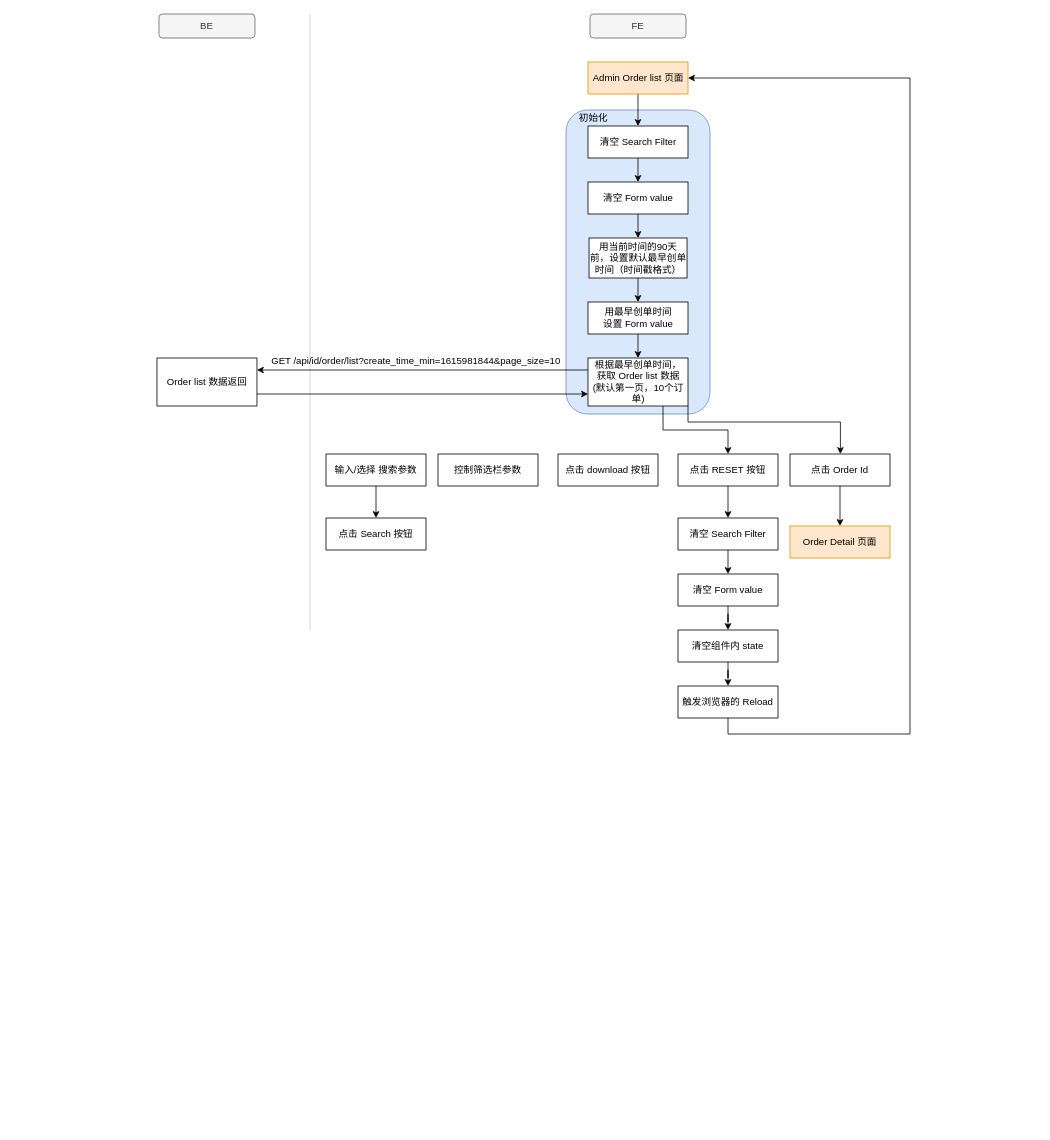
Earlier version of the draw.io diagram page "order" (1 of 2) of Admin/admin.drawio (junhong2021/Hotel-). Source tidied: cells renumbered, new cells numbered last; positions are measured from the earlier drawing's top-left corner, leaving out a move shared by most shapes. Both pictures are drawn from the tidied source at 80%, with x=0, y=0 at pixel (157, 14).
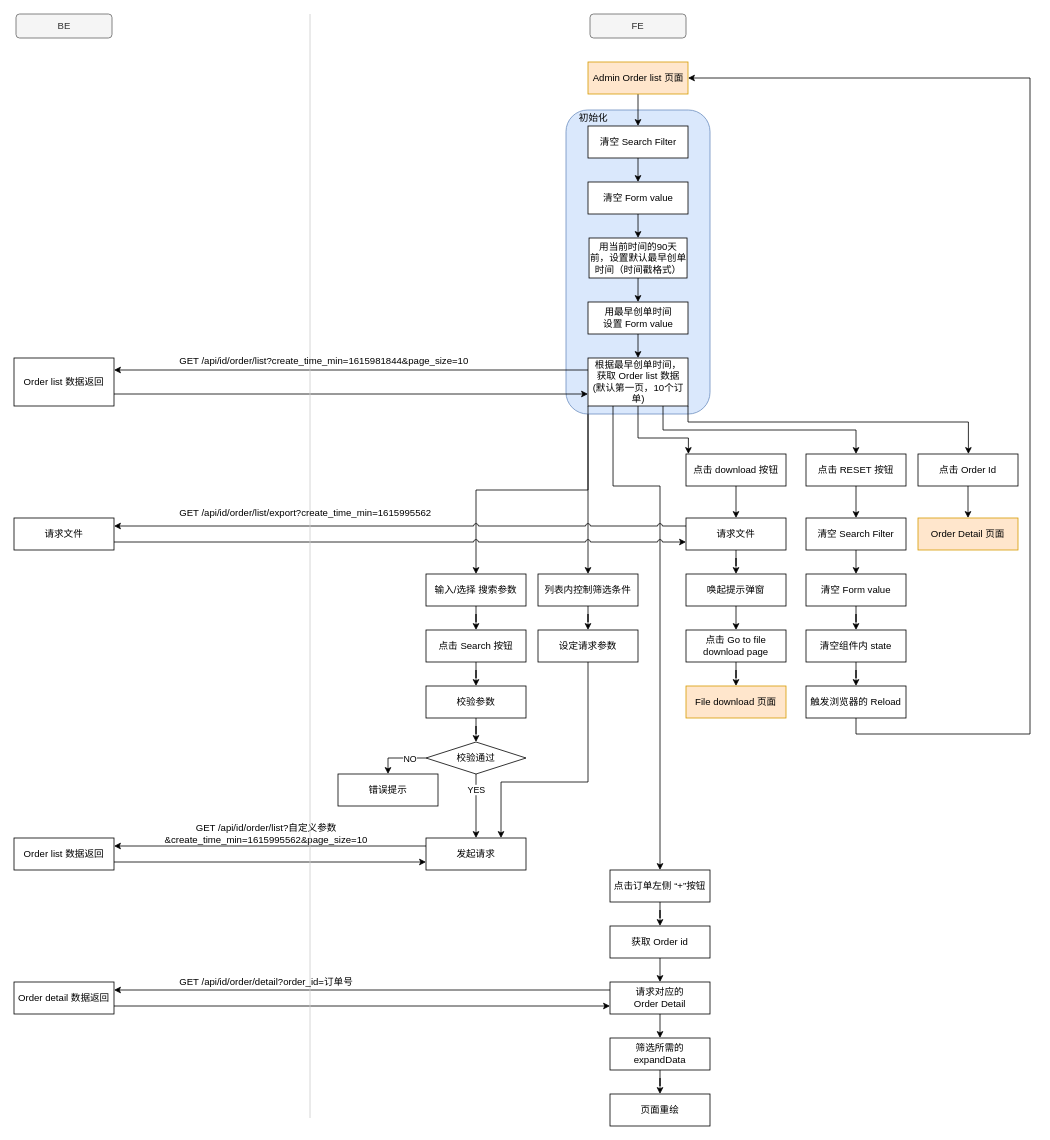
The same page after the edit.

The change refers to these unchanged cells:
```xml
<mxCell id="5" value="Admin Order list 页面" style="rounded=0;whiteSpace=wrap;html=1;fillColor=#ffe6cc;strokeColor=#d79b00;" parent="1" vertex="1">
  <mxGeometry x="538.5" y="60" width="125" height="40" as="geometry" />
</mxCell>
<mxCell id="19" value="根据最早创单时间，&lt;br&gt;获取 Order list 数据&lt;br&gt;(默认第一页，10个订单)" style="rounded=0;whiteSpace=wrap;html=1;" parent="1" vertex="1">
  <mxGeometry x="538.5" y="430" width="125" height="60" as="geometry" />
</mxCell>
```

What changed in the source:
```diff
@@
+    <mxCell id="42" style="edgeStyle=orthogonalEdgeStyle;rounded=0;jumpStyle=arc;jettySize=auto;html=1;exitX=1;exitY=0.75;exitDx=0;exitDy=0;entryX=0;entryY=0.75;entryDx=0;entryDy=0;" parent="1" edge="1" source="86" target="70">
+      <mxGeometry relative="1" as="geometry" />
+    </mxCell>
+    <mxCell id="43" style="edgeStyle=orthogonalEdgeStyle;rounded=0;jumpStyle=arc;jettySize=auto;html=1;exitX=0;exitY=0.25;exitDx=0;exitDy=0;entryX=1;entryY=0.25;entryDx=0;entryDy=0;" parent="1" edge="1" source="70" target="86">
+      <mxGeometry relative="1" as="geometry" />
+    </mxCell>
+    <mxCell id="44" style="edgeStyle=orthogonalEdgeStyle;rounded=0;jettySize=auto;html=1;exitX=0;exitY=1;exitDx=0;exitDy=0;entryX=0.5;entryY=0;entryDx=0;entryDy=0;jumpStyle=arc;" parent="1" edge="1" source="19" target="32">
+      <mxGeometry relative="1" as="geometry" />
+    </mxCell>
@@
-    <mxCell id="3" style="endArrow=none;html=1;strokeColor=#CCCCCC;startArrow=none;" parent="1" edge="1">
-      <mxGeometry relative="1" as="geometry">
-        <mxPoint x="191" y="770" as="sourcePoint" />
-        <mxPoint x="191" as="targetPoint" />
-      </mxGeometry>
-    </mxCell>
@@
     <mxCell id="6" value="BE" style="rounded=1;whiteSpace=wrap;html=1;fillColor=#f5f5f5;strokeColor=#666666;fontColor=#333333;" parent="1" vertex="1">
-      <mxGeometry x="2.2" width="120" height="30" as="geometry" />
+      <mxGeometry x="-176.5" width="120" height="30" as="geometry" />
     </mxCell>
@@
     <mxCell id="9" value="Order list 数据返回&lt;br&gt;" style="rounded=0;whiteSpace=wrap;html=1;" parent="1" vertex="1">
-      <mxGeometry x="-0.3" y="430" width="125" height="60" as="geometry" />
+      <mxGeometry x="-179" y="430" width="125" height="60" as="geometry" />
     </mxCell>
@@
+    <mxCell id="45" style="edgeStyle=orthogonalEdgeStyle;rounded=0;jettySize=auto;html=1;exitX=0.5;exitY=1;exitDx=0;exitDy=0;" parent="1" edge="1" source="19" target="29">
+      <mxGeometry relative="1" as="geometry">
+        <Array as="points">
+          <mxPoint x="601" y="530" />
+          <mxPoint x="664" y="530" />
+        </Array>
+      </mxGeometry>
+    </mxCell>
     <mxCell id="18" style="edgeStyle=orthogonalEdgeStyle;rounded=0;jettySize=auto;html=1;exitX=1;exitY=1;exitDx=0;exitDy=0;" parent="1" edge="1" source="19" target="31">
       <mxGeometry relative="1" as="geometry">
         <Array as="points">
           <mxPoint x="664" y="510" />
-          <mxPoint x="854" y="510" />
+          <mxPoint x="1014" y="510" />
         </Array>
       </mxGeometry>
     </mxCell>
+    <mxCell id="46" style="edgeStyle=orthogonalEdgeStyle;rounded=0;jettySize=auto;html=1;exitX=0;exitY=1;exitDx=0;exitDy=0;jumpStyle=arc;" parent="1" edge="1" source="19" target="25">
+      <mxGeometry relative="1" as="geometry" />
+    </mxCell>
+    <mxCell id="47" style="edgeStyle=orthogonalEdgeStyle;rounded=0;jumpStyle=arc;jettySize=auto;html=1;exitX=0.25;exitY=1;exitDx=0;exitDy=0;entryX=0.5;entryY=0;entryDx=0;entryDy=0;" parent="1" edge="1" source="19" target="66">
+      <mxGeometry relative="1" as="geometry">
+        <Array as="points">
+          <mxPoint x="570" y="590" />
+          <mxPoint x="629" y="590" />
+        </Array>
+      </mxGeometry>
+    </mxCell>
@@
-    <mxCell id="22" value="GET /api/id/order/list?create_time_min=1615981844&amp;amp;page_size=10" style="text;whiteSpace=wrap;html=1;" parent="1" vertex="1">
-      <mxGeometry x="141" y="420" width="370" height="30" as="geometry" />
-    </mxCell>
@@
     <mxCell id="25" value="输入/选择 搜索参数" style="rounded=0;whiteSpace=wrap;html=1;" parent="1" vertex="1">
-      <mxGeometry x="211" y="550" width="125" height="40" as="geometry" />
+      <mxGeometry x="336" y="700" width="125" height="40" as="geometry" />
     </mxCell>
+    <mxCell id="48" style="edgeStyle=orthogonalEdgeStyle;rounded=0;jettySize=auto;html=1;exitX=0.5;exitY=1;exitDx=0;exitDy=0;" parent="1" edge="1" source="26" target="50">
+      <mxGeometry relative="1" as="geometry" />
+    </mxCell>
     <mxCell id="26" value="点击 Search 按钮" style="rounded=0;whiteSpace=wrap;html=1;" parent="1" vertex="1">
-      <mxGeometry x="211" y="630" width="125" height="40" as="geometry" />
+      <mxGeometry x="336" y="770" width="125" height="40" as="geometry" />
     </mxCell>
+    <mxCell id="49" style="edgeStyle=orthogonalEdgeStyle;rounded=0;jettySize=auto;html=1;exitX=0.5;exitY=1;exitDx=0;exitDy=0;" parent="1" edge="1" source="50" target="79">
+      <mxGeometry relative="1" as="geometry" />
+    </mxCell>
+    <mxCell id="50" value="校验参数" style="rounded=0;whiteSpace=wrap;html=1;" parent="1" vertex="1">
+      <mxGeometry x="336" y="840" width="125" height="40" as="geometry" />
+    </mxCell>
+    <mxCell id="51" style="edgeStyle=orthogonalEdgeStyle;rounded=0;jettySize=auto;html=1;exitX=0;exitY=0.25;exitDx=0;exitDy=0;entryX=1;entryY=0.25;entryDx=0;entryDy=0;" parent="1" edge="1" source="52" target="81">
+      <mxGeometry relative="1" as="geometry" />
+    </mxCell>
+    <mxCell id="52" value="发起请求" style="rounded=0;whiteSpace=wrap;html=1;" parent="1" vertex="1">
+      <mxGeometry x="336" y="1030" width="125" height="40" as="geometry" />
+    </mxCell>
+    <mxCell id="53" value="错误提示" style="rounded=0;whiteSpace=wrap;html=1;" parent="1" vertex="1">
+      <mxGeometry x="226" y="950" width="125" height="40" as="geometry" />
+    </mxCell>
@@
     <mxCell id="28" value="点击 RESET 按钮" style="rounded=0;whiteSpace=wrap;html=1;" parent="1" vertex="1">
-      <mxGeometry x="651" y="550" width="125" height="40" as="geometry" />
+      <mxGeometry x="811" y="550" width="125" height="40" as="geometry" />
     </mxCell>
+    <mxCell id="54" style="edgeStyle=orthogonalEdgeStyle;rounded=0;jettySize=auto;html=1;exitX=0.5;exitY=1;exitDx=0;exitDy=0;" parent="1" edge="1" source="29" target="57">
+      <mxGeometry relative="1" as="geometry" />
+    </mxCell>
     <mxCell id="29" value="点击 download 按钮" style="rounded=0;whiteSpace=wrap;html=1;" parent="1" vertex="1">
-      <mxGeometry x="501" y="550" width="125" height="40" as="geometry" />
+      <mxGeometry x="661" y="550" width="125" height="40" as="geometry" />
     </mxCell>
+    <mxCell id="55" style="edgeStyle=orthogonalEdgeStyle;rounded=0;jettySize=auto;html=1;exitX=0.5;exitY=1;exitDx=0;exitDy=0;" parent="1" edge="1" source="57" target="59">
+      <mxGeometry relative="1" as="geometry" />
+    </mxCell>
+    <mxCell id="56" style="edgeStyle=orthogonalEdgeStyle;rounded=0;jettySize=auto;html=1;exitX=0;exitY=0.25;exitDx=0;exitDy=0;entryX=1;entryY=0.25;entryDx=0;entryDy=0;jumpStyle=arc;" parent="1" edge="1" source="57" target="75">
+      <mxGeometry relative="1" as="geometry" />
+    </mxCell>
+    <mxCell id="57" value="请求文件" style="rounded=0;whiteSpace=wrap;html=1;" parent="1" vertex="1">
+      <mxGeometry x="661" y="630" width="125" height="40" as="geometry" />
+    </mxCell>
+    <mxCell id="58" style="edgeStyle=orthogonalEdgeStyle;rounded=0;jettySize=auto;html=1;exitX=0.5;exitY=1;exitDx=0;exitDy=0;entryX=0.5;entryY=0;entryDx=0;entryDy=0;" parent="1" edge="1" source="59" target="61">
+      <mxGeometry relative="1" as="geometry" />
+    </mxCell>
+    <mxCell id="59" value="唤起提示弹窗" style="rounded=0;whiteSpace=wrap;html=1;" parent="1" vertex="1">
+      <mxGeometry x="661" y="700" width="125" height="40" as="geometry" />
+    </mxCell>
+    <mxCell id="60" style="edgeStyle=orthogonalEdgeStyle;rounded=0;jettySize=auto;html=1;exitX=0.5;exitY=1;exitDx=0;exitDy=0;" parent="1" edge="1" source="61" target="76">
+      <mxGeometry relative="1" as="geometry" />
+    </mxCell>
+    <mxCell id="61" value="点击 Go to file download page" style="rounded=0;whiteSpace=wrap;html=1;" parent="1" vertex="1">
+      <mxGeometry x="661" y="770" width="125" height="40" as="geometry" />
+    </mxCell>
@@
     <mxCell id="31" value="点击 Order Id" style="rounded=0;whiteSpace=wrap;html=1;" parent="1" vertex="1">
-      <mxGeometry x="791" y="550" width="125" height="40" as="geometry" />
+      <mxGeometry x="951" y="550" width="125" height="40" as="geometry" />
     </mxCell>
+    <mxCell id="62" style="edgeStyle=orthogonalEdgeStyle;rounded=0;jettySize=auto;html=1;exitX=0.5;exitY=1;exitDx=0;exitDy=0;" parent="1" edge="1" source="32" target="64">
+      <mxGeometry relative="1" as="geometry" />
+    </mxCell>
-    <mxCell id="32" value="控制筛选栏参数" style="rounded=0;whiteSpace=wrap;html=1;" parent="1" vertex="1">
-      <mxGeometry x="351" y="550" width="125" height="40" as="geometry" />
+    <mxCell id="32" value="列表内控制筛选条件" style="rounded=0;whiteSpace=wrap;html=1;" parent="1" vertex="1">
+      <mxGeometry x="476" y="700" width="125" height="40" as="geometry" />
     </mxCell>
+    <mxCell id="63" style="edgeStyle=orthogonalEdgeStyle;rounded=0;jettySize=auto;html=1;exitX=0.5;exitY=1;exitDx=0;exitDy=0;entryX=0.75;entryY=0;entryDx=0;entryDy=0;" parent="1" edge="1" source="64" target="52">
+      <mxGeometry relative="1" as="geometry">
+        <Array as="points">
+          <mxPoint x="539" y="960" />
+          <mxPoint x="430" y="960" />
+        </Array>
+      </mxGeometry>
+    </mxCell>
+    <mxCell id="64" value="设定请求参数" style="rounded=0;whiteSpace=wrap;html=1;" parent="1" vertex="1">
+      <mxGeometry x="476" y="770" width="125" height="40" as="geometry" />
+    </mxCell>
+    <mxCell id="65" style="edgeStyle=orthogonalEdgeStyle;rounded=0;jumpStyle=arc;jettySize=auto;html=1;exitX=0.5;exitY=1;exitDx=0;exitDy=0;" parent="1" edge="1" source="66" target="68">
+      <mxGeometry relative="1" as="geometry" />
+    </mxCell>
+    <mxCell id="66" value="点击订单左侧 “+”按钮" style="rounded=0;whiteSpace=wrap;html=1;" parent="1" vertex="1">
+      <mxGeometry x="566" y="1070" width="125" height="40" as="geometry" />
+    </mxCell>
+    <mxCell id="67" style="edgeStyle=orthogonalEdgeStyle;rounded=0;jumpStyle=arc;jettySize=auto;html=1;exitX=0.5;exitY=1;exitDx=0;exitDy=0;entryX=0.5;entryY=0;entryDx=0;entryDy=0;" parent="1" edge="1" source="68" target="70">
+      <mxGeometry relative="1" as="geometry" />
+    </mxCell>
+    <mxCell id="68" value="获取 Order id" style="rounded=0;whiteSpace=wrap;html=1;" parent="1" vertex="1">
+      <mxGeometry x="566" y="1140" width="125" height="40" as="geometry" />
+    </mxCell>
+    <mxCell id="69" style="edgeStyle=orthogonalEdgeStyle;rounded=0;jumpStyle=arc;jettySize=auto;html=1;exitX=0.5;exitY=1;exitDx=0;exitDy=0;entryX=0.5;entryY=0;entryDx=0;entryDy=0;" parent="1" edge="1" source="70" target="72">
+      <mxGeometry relative="1" as="geometry" />
+    </mxCell>
+    <mxCell id="70" value="请求对应的 &lt;br&gt;Order Detail" style="rounded=0;whiteSpace=wrap;html=1;" parent="1" vertex="1">
+      <mxGeometry x="566" y="1210" width="125" height="40" as="geometry" />
+    </mxCell>
+    <mxCell id="71" style="edgeStyle=orthogonalEdgeStyle;rounded=0;jumpStyle=arc;jettySize=auto;html=1;exitX=0.5;exitY=1;exitDx=0;exitDy=0;" parent="1" edge="1" source="72" target="73">
+      <mxGeometry relative="1" as="geometry" />
+    </mxCell>
+    <mxCell id="72" value="筛选所需的&lt;br&gt;expandData" style="rounded=0;whiteSpace=wrap;html=1;" parent="1" vertex="1">
+      <mxGeometry x="566" y="1280" width="125" height="40" as="geometry" />
+    </mxCell>
+    <mxCell id="73" value="页面重绘" style="rounded=0;whiteSpace=wrap;html=1;" parent="1" vertex="1">
+      <mxGeometry x="566" y="1350" width="125" height="40" as="geometry" />
+    </mxCell>
     <mxCell id="33" value="Order Detail 页面" style="rounded=0;whiteSpace=wrap;html=1;fillColor=#ffe6cc;strokeColor=#d79b00;" parent="1" vertex="1">
-      <mxGeometry x="791" y="640" width="125" height="40" as="geometry" />
+      <mxGeometry x="951" y="630" width="125" height="40" as="geometry" />
     </mxCell>
@@
     <mxCell id="35" value="清空 Search Filter" style="rounded=0;whiteSpace=wrap;html=1;" parent="1" vertex="1">
-      <mxGeometry x="651" y="630" width="125" height="40" as="geometry" />
+      <mxGeometry x="811" y="630" width="125" height="40" as="geometry" />
     </mxCell>
@@
     <mxCell id="37" value="清空 Form value" style="rounded=0;whiteSpace=wrap;html=1;" parent="1" vertex="1">
-      <mxGeometry x="651" y="700" width="125" height="40" as="geometry" />
+      <mxGeometry x="811" y="700" width="125" height="40" as="geometry" />
     </mxCell>
     <mxCell id="38" style="edgeStyle=orthogonalEdgeStyle;rounded=0;jettySize=auto;html=1;exitX=0.5;exitY=1;exitDx=0;exitDy=0;entryX=1;entryY=0.5;entryDx=0;entryDy=0;" parent="1" edge="1" source="39" target="5">
       <mxGeometry relative="1" as="geometry">
         <Array as="points">
-          <mxPoint x="714" y="900" />
-          <mxPoint x="941" y="900" />
-          <mxPoint x="941" y="80" />
+          <mxPoint x="874" y="900" />
+          <mxPoint x="1091" y="900" />
+          <mxPoint x="1091" y="80" />
         </Array>
       </mxGeometry>
     </mxCell>
     <mxCell id="39" value="触发浏览器的 Reload" style="rounded=0;whiteSpace=wrap;html=1;" parent="1" vertex="1">
-      <mxGeometry x="651" y="840" width="125" height="40" as="geometry" />
+      <mxGeometry x="811" y="840" width="125" height="40" as="geometry" />
     </mxCell>
@@
     <mxCell id="41" value="清空组件内 state" style="rounded=0;whiteSpace=wrap;html=1;" parent="1" vertex="1">
-      <mxGeometry x="651" y="770" width="125" height="40" as="geometry" />
+      <mxGeometry x="811" y="770" width="125" height="40" as="geometry" />
     </mxCell>
+    <mxCell id="74" style="edgeStyle=orthogonalEdgeStyle;rounded=0;jettySize=auto;html=1;exitX=1;exitY=0.75;exitDx=0;exitDy=0;entryX=0;entryY=0.75;entryDx=0;entryDy=0;jumpStyle=arc;" parent="1" edge="1" source="75" target="57">
+      <mxGeometry relative="1" as="geometry" />
+    </mxCell>
+    <mxCell id="75" value="请求文件" style="rounded=0;whiteSpace=wrap;html=1;" parent="1" vertex="1">
+      <mxGeometry x="-179" y="630" width="125" height="40" as="geometry" />
+    </mxCell>
+    <mxCell id="76" value="File download 页面" style="rounded=0;whiteSpace=wrap;html=1;fillColor=#ffe6cc;strokeColor=#d79b00;" parent="1" vertex="1">
+      <mxGeometry x="661" y="840" width="125" height="40" as="geometry" />
+    </mxCell>
+    <mxCell id="77" style="edgeStyle=orthogonalEdgeStyle;rounded=0;jettySize=auto;html=1;exitX=0.5;exitY=1;exitDx=0;exitDy=0;" parent="1" edge="1" source="79" target="52">
+      <mxGeometry relative="1" as="geometry" />
+    </mxCell>
+    <mxCell id="78" value="YES" style="edgeLabel;html=1;align=center;verticalAlign=middle;" parent="77" vertex="1">
+      <mxGeometry x="-0.52" relative="1" as="geometry" />
+    </mxCell>
+    <mxCell id="79" value="校验通过" style="rhombus;whiteSpace=wrap;html=1;" parent="1" vertex="1">
+      <mxGeometry x="336" y="910" width="125" height="40" as="geometry" />
+    </mxCell>
+    <mxCell id="80" style="edgeStyle=orthogonalEdgeStyle;rounded=0;jettySize=auto;html=1;exitX=1;exitY=0.75;exitDx=0;exitDy=0;entryX=0;entryY=0.75;entryDx=0;entryDy=0;" parent="1" edge="1" source="81" target="52">
+      <mxGeometry relative="1" as="geometry" />
+    </mxCell>
+    <mxCell id="81" value="Order list 数据返回" style="rounded=0;whiteSpace=wrap;html=1;" parent="1" vertex="1">
+      <mxGeometry x="-179" y="1030" width="125" height="40" as="geometry" />
+    </mxCell>
+    <mxCell id="82" value="GET /api/id/order/list?自定义参数&lt;br&gt;&amp;amp;create_time_min=1615995562&amp;amp;page_size=10" style="text;html=1;align=center;verticalAlign=middle;strokeColor=none;" parent="1" vertex="1">
+      <mxGeometry x="1" y="1010" width="270" height="30" as="geometry" />
+    </mxCell>
+    <mxCell id="83" style="edgeStyle=orthogonalEdgeStyle;rounded=0;jettySize=auto;html=1;exitX=0;exitY=0.5;exitDx=0;exitDy=0;entryX=0.5;entryY=0;entryDx=0;entryDy=0;" parent="1" edge="1" source="79" target="53">
+      <mxGeometry relative="1" as="geometry" />
+    </mxCell>
+    <mxCell id="84" value="NO" style="edgeLabel;html=1;align=center;verticalAlign=middle;" parent="83" vertex="1">
+      <mxGeometry x="-0.39" relative="1" as="geometry" />
+    </mxCell>
+    <mxCell id="3" style="endArrow=none;html=1;strokeColor=#CCCCCC;startArrow=none;" parent="1" edge="1">
+      <mxGeometry relative="1" as="geometry">
+        <mxPoint x="191" y="1380" as="sourcePoint" />
+        <mxPoint x="191" as="targetPoint" />
+      </mxGeometry>
+    </mxCell>
+    <mxCell id="85" value="GET /api/id/order/detail?order_id=订单号" style="text;html=1;align=center;verticalAlign=middle;strokeColor=none;" parent="1" vertex="1">
+      <mxGeometry x="21" y="1200" width="230" height="20" as="geometry" />
+    </mxCell>
+    <mxCell id="86" value="Order detail 数据返回" style="rounded=0;whiteSpace=wrap;html=1;" parent="1" vertex="1">
+      <mxGeometry x="-179" y="1210" width="125" height="40" as="geometry" />
+    </mxCell>
+    <mxCell id="22" value="GET /api/id/order/list?create_time_min=1615981844&amp;amp;page_size=10" style="text;whiteSpace=wrap;html=1;" parent="1" vertex="1">
+      <mxGeometry x="26" y="420" width="370" height="30" as="geometry" />
+    </mxCell>
+    <mxCell id="87" value="GET /api/id/order/list/export?create_time_min=1615995562&amp;nbsp;" style="text;whiteSpace=wrap;html=1;" parent="1" vertex="1">
+      <mxGeometry x="26" y="610" width="400" height="30" as="geometry" />
+    </mxCell>
```
